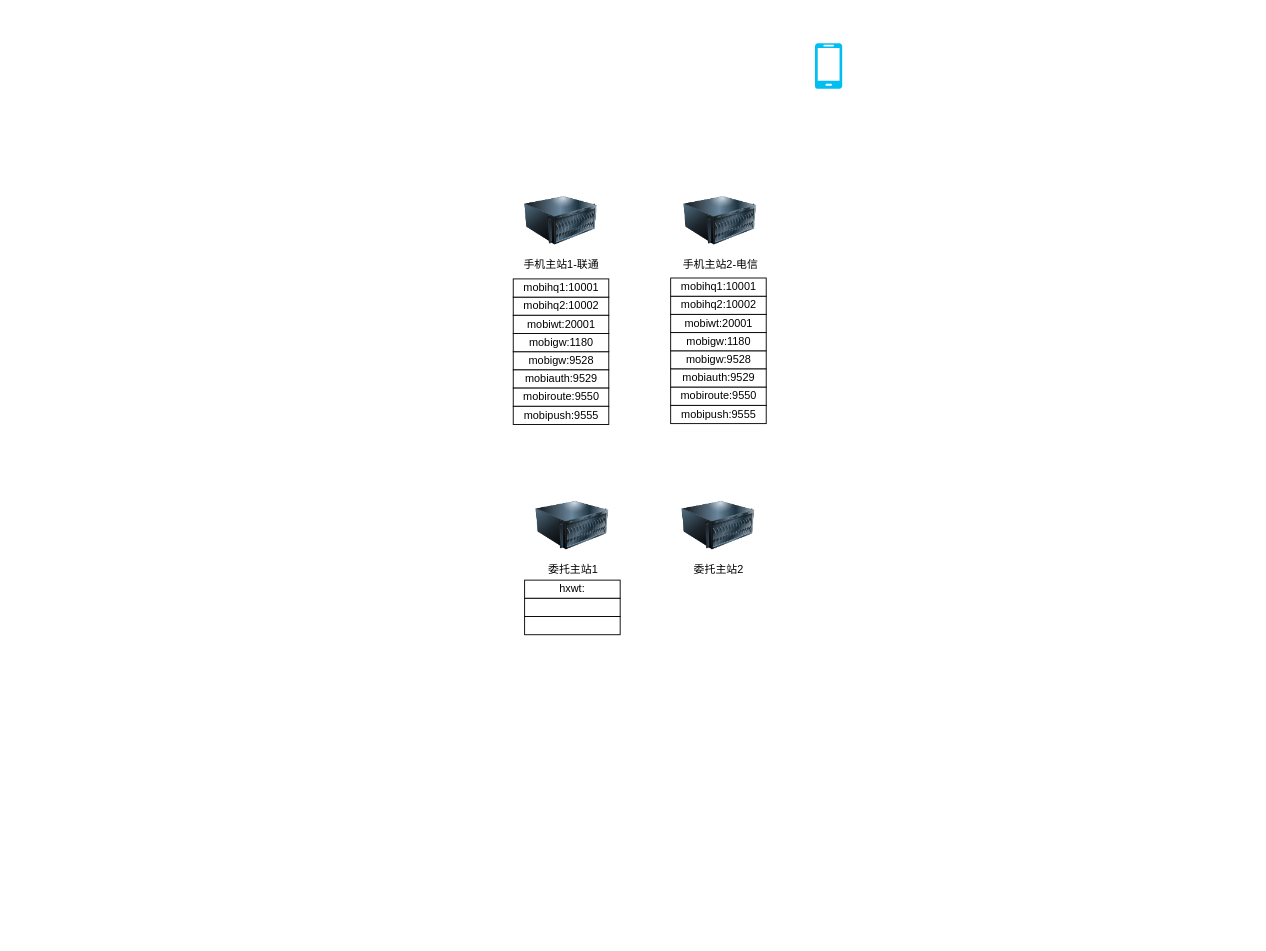
Before: Untitled Diagram.drawio in dawo0310/picture, a draw.io diagram. Source tidied: cells renumbered, new cells numbered last; positions are measured from the earlier drawing's top-left corner, leaving out a move shared by most shapes. Both pictures are drawn from the tidied source at 91%, with x=0, y=0 at pixel (512, 43).
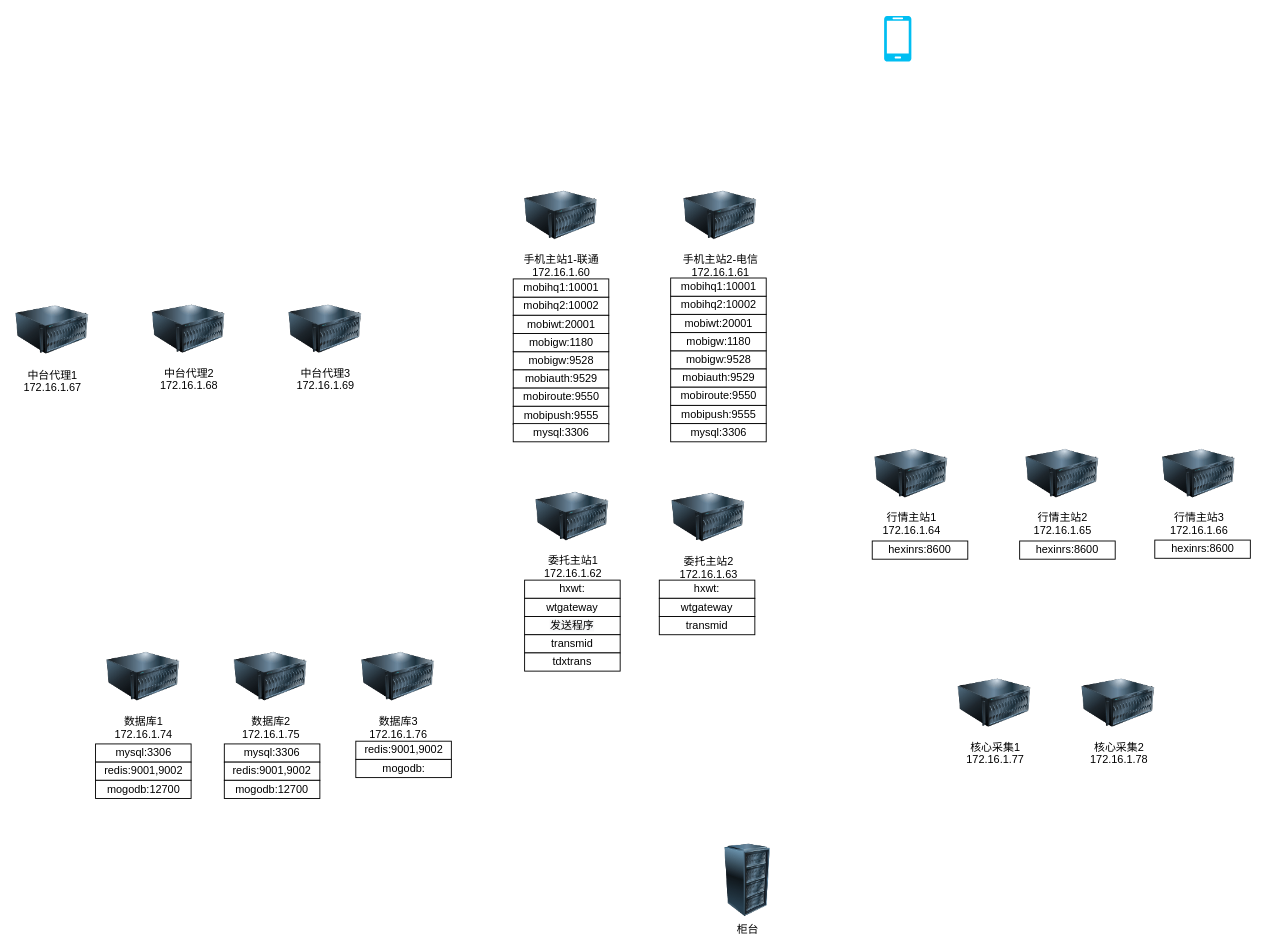
The same diagram, later.

Commit message:
Update 番茄架构图

The edit, as a diff of the source:
```diff
@@
     <mxCell id="2" style="verticalLabelPosition=bottom;html=1;verticalAlign=top;align=center;strokeColor=none;fillColor=#00BEF2;shape=mxgraph.azure.mobile;" parent="1" vertex="1">
-      <mxGeometry x="332" width="30" height="50" as="geometry" />
+      <mxGeometry x="408" y="-30" width="30" height="50" as="geometry" />
     </mxCell>
-    <mxCell id="3" value="手机主站1-联通" style="image;html=1;image=img/lib/clip_art/computers/Server_128x128.png;" parent="1" vertex="1">
-      <mxGeometry x="13" y="160" width="80" height="70" as="geometry" />
+    <mxCell id="3" value="手机主站1-联通&lt;br&gt;172.16.1.60&lt;br&gt;" style="image;html=1;image=img/lib/clip_art/computers/Server_128x128.png;" parent="1" vertex="1">
+      <mxGeometry x="13" y="154" width="80" height="70" as="geometry" />
     </mxCell>
-    <mxCell id="4" value="手机主站2-电信" style="image;html=1;image=img/lib/clip_art/computers/Server_128x128.png;" parent="1" vertex="1">
-      <mxGeometry x="188" y="160" width="80" height="70" as="geometry" />
+    <mxCell id="4" value="手机主站2-电信&lt;br&gt;172.16.1.61&lt;br&gt;" style="image;html=1;image=img/lib/clip_art/computers/Server_128x128.png;" parent="1" vertex="1">
+      <mxGeometry x="188" y="154" width="80" height="70" as="geometry" />
     </mxCell>
@@
-    <mxCell id="21" value="委托主站1" style="image;html=1;image=img/lib/clip_art/computers/Server_128x128.png;" parent="1" vertex="1">
-      <mxGeometry x="25.5" y="495" width="80" height="70" as="geometry" />
+    <mxCell id="21" value="委托主站1&lt;br&gt;172.16.1.62&lt;br&gt;" style="image;html=1;image=img/lib/clip_art/computers/Server_128x128.png;" parent="1" vertex="1">
+      <mxGeometry x="25.5" y="485" width="80" height="70" as="geometry" />
     </mxCell>
-    <mxCell id="22" value="委托主站2" style="image;html=1;image=img/lib/clip_art/computers/Server_128x128.png;" parent="1" vertex="1">
-      <mxGeometry x="186" y="495" width="80" height="70" as="geometry" />
+    <mxCell id="22" value="委托主站2&lt;br&gt;172.16.1.63&lt;br&gt;" style="image;html=1;image=img/lib/clip_art/computers/Server_128x128.png;" parent="1" vertex="1">
+      <mxGeometry x="175" y="486" width="80" height="70" as="geometry" />
     </mxCell>
@@
-    <mxCell id="24" style="rounded=0;whiteSpace=wrap;html=1;" parent="1" vertex="1">
+    <mxCell id="24" value="wtgateway" style="rounded=0;whiteSpace=wrap;html=1;" parent="1" vertex="1">
       <mxGeometry x="13" y="610" width="105" height="20" as="geometry" />
     </mxCell>
-    <mxCell id="25" style="rounded=0;whiteSpace=wrap;html=1;" parent="1" vertex="1">
+    <mxCell id="25" value="&#10;&#10;&lt;span style=&quot;color: rgb(0, 0, 0); font-family: helvetica; font-size: 12px; font-style: normal; font-weight: 400; letter-spacing: normal; text-align: center; text-indent: 0px; text-transform: none; word-spacing: 0px; background-color: rgb(248, 249, 250); display: inline; float: none;&quot;&gt;发送程序&lt;/span&gt;&#10;&#10;" style="rounded=0;whiteSpace=wrap;html=1;" parent="1" vertex="1">
       <mxGeometry x="13" y="630" width="105" height="20" as="geometry" />
     </mxCell>
+    <mxCell id="26" value="transmid" style="rounded=0;whiteSpace=wrap;html=1;" parent="1" vertex="1">
+      <mxGeometry x="13" y="650" width="105" height="20" as="geometry" />
+    </mxCell>
+    <mxCell id="27" value="tdxtrans" style="rounded=0;whiteSpace=wrap;html=1;" parent="1" vertex="1">
+      <mxGeometry x="13" y="670" width="105" height="20" as="geometry" />
+    </mxCell>
+    <mxCell id="28" value="mysql:3306" style="rounded=0;whiteSpace=wrap;html=1;" parent="1" vertex="1">
+      <mxGeometry x="0.5" y="418" width="105" height="20" as="geometry" />
+    </mxCell>
+    <mxCell id="29" value="mysql:3306" style="rounded=0;whiteSpace=wrap;html=1;" parent="1" vertex="1">
+      <mxGeometry x="173.5" y="418" width="105" height="20" as="geometry" />
+    </mxCell>
+    <mxCell id="30" value="hxwt:" style="rounded=0;whiteSpace=wrap;html=1;" parent="1" vertex="1">
+      <mxGeometry x="161" y="590" width="105" height="20" as="geometry" />
+    </mxCell>
+    <mxCell id="31" value="wtgateway" style="rounded=0;whiteSpace=wrap;html=1;" parent="1" vertex="1">
+      <mxGeometry x="161" y="610" width="105" height="20" as="geometry" />
+    </mxCell>
+    <mxCell id="32" value="transmid" style="rounded=0;whiteSpace=wrap;html=1;" parent="1" vertex="1">
+      <mxGeometry x="161" y="630" width="105" height="20" as="geometry" />
+    </mxCell>
+    <mxCell id="33" value="行情主站2&lt;br&gt;172.16.1.65&lt;br&gt;" style="image;html=1;image=img/lib/clip_art/computers/Server_128x128.png;" parent="1" vertex="1">
+      <mxGeometry x="564" y="438" width="80" height="70" as="geometry" />
+    </mxCell>
+    <mxCell id="34" value="行情主站1&lt;br&gt;172.16.1.64&lt;br&gt;" style="image;html=1;image=img/lib/clip_art/computers/Server_128x128.png;" parent="1" vertex="1">
+      <mxGeometry x="398" y="438" width="80" height="70" as="geometry" />
+    </mxCell>
+    <mxCell id="35" value="行情主站3&lt;br&gt;172.16.1.66&lt;br&gt;" style="image;html=1;image=img/lib/clip_art/computers/Server_128x128.png;" parent="1" vertex="1">
+      <mxGeometry x="714" y="438" width="80" height="70" as="geometry" />
+    </mxCell>
+    <mxCell id="36" value="中台代理1&lt;br&gt;172.16.1.67&lt;br&gt;" style="image;html=1;image=img/lib/clip_art/computers/Server_128x128.png;" parent="1" vertex="1">
+      <mxGeometry x="-546" y="279" width="80" height="72" as="geometry" />
+    </mxCell>
+    <mxCell id="37" value="中台代理2&lt;br&gt;172.16.1.68&lt;br&gt;" style="image;html=1;image=img/lib/clip_art/computers/Server_128x128.png;" parent="1" vertex="1">
+      <mxGeometry x="-396" y="279" width="80" height="70" as="geometry" />
+    </mxCell>
+    <mxCell id="38" value="中台代理3&lt;br&gt;172.16.1.69&lt;br&gt;" style="image;html=1;image=img/lib/clip_art/computers/Server_128x128.png;" parent="1" vertex="1">
+      <mxGeometry x="-246" y="279" width="80" height="70" as="geometry" />
+    </mxCell>
+    <mxCell id="39" value="数据库1&lt;br&gt;172.16.1.74&lt;br&gt;" style="image;html=1;image=img/lib/clip_art/computers/Server_128x128.png;" parent="1" vertex="1">
+      <mxGeometry x="-446" y="660" width="80" height="72" as="geometry" />
+    </mxCell>
+    <mxCell id="40" value="数据库2&lt;br&gt;172.16.1.75&lt;br&gt;" style="image;html=1;image=img/lib/clip_art/computers/Server_128x128.png;" parent="1" vertex="1">
+      <mxGeometry x="-306" y="660" width="80" height="72" as="geometry" />
+    </mxCell>
+    <mxCell id="41" value="数据库3&lt;br&gt;172.16.1.76&lt;br&gt;" style="image;html=1;image=img/lib/clip_art/computers/Server_128x128.png;" parent="1" vertex="1">
+      <mxGeometry x="-166" y="660" width="80" height="72" as="geometry" />
+    </mxCell>
+    <mxCell id="42" value="核心采集1&lt;br&gt;172.16.1.77&lt;br&gt;" style="image;html=1;image=img/lib/clip_art/computers/Server_128x128.png;" parent="1" vertex="1">
+      <mxGeometry x="489.5" y="690" width="80" height="70" as="geometry" />
+    </mxCell>
+    <mxCell id="43" value="核心采集2&lt;br&gt;172.16.1.78&lt;br&gt;" style="image;html=1;image=img/lib/clip_art/computers/Server_128x128.png;" parent="1" vertex="1">
+      <mxGeometry x="625.5" y="690" width="80" height="70" as="geometry" />
+    </mxCell>
+    <mxCell id="44" value="柜台" style="image;html=1;image=img/lib/clip_art/computers/Server_Rack_128x128.png;" parent="1" vertex="1">
+      <mxGeometry x="218" y="880" width="80" height="80" as="geometry" />
+    </mxCell>
+    <mxCell id="45" value="hexinrs:8600" style="rounded=0;whiteSpace=wrap;html=1;" parent="1" vertex="1">
+      <mxGeometry x="395" y="547" width="105" height="20" as="geometry" />
+    </mxCell>
+    <mxCell id="46" value="hexinrs:8600" style="rounded=0;whiteSpace=wrap;html=1;" parent="1" vertex="1">
+      <mxGeometry x="557" y="547" width="105" height="20" as="geometry" />
+    </mxCell>
+    <mxCell id="47" value="hexinrs:8600" style="rounded=0;whiteSpace=wrap;html=1;" parent="1" vertex="1">
+      <mxGeometry x="705.5" y="546" width="105" height="20" as="geometry" />
+    </mxCell>
+    <mxCell id="48" value="mysql:3306" style="rounded=0;whiteSpace=wrap;html=1;" parent="1" vertex="1">
+      <mxGeometry x="-458.5" y="770" width="105" height="20" as="geometry" />
+    </mxCell>
+    <mxCell id="49" value="redis:9001,9002" style="rounded=0;whiteSpace=wrap;html=1;" parent="1" vertex="1">
+      <mxGeometry x="-458.5" y="790" width="105" height="20" as="geometry" />
+    </mxCell>
+    <mxCell id="50" value="mogodb:12700" style="rounded=0;whiteSpace=wrap;html=1;" parent="1" vertex="1">
+      <mxGeometry x="-458.5" y="810" width="105" height="20" as="geometry" />
+    </mxCell>
+    <mxCell id="51" value="mysql:3306" style="rounded=0;whiteSpace=wrap;html=1;" parent="1" vertex="1">
+      <mxGeometry x="-317" y="770" width="105" height="20" as="geometry" />
+    </mxCell>
+    <mxCell id="52" value="redis:9001,9002" style="rounded=0;whiteSpace=wrap;html=1;" parent="1" vertex="1">
+      <mxGeometry x="-317" y="790" width="105" height="20" as="geometry" />
+    </mxCell>
+    <mxCell id="53" value="mogodb:12700" style="rounded=0;whiteSpace=wrap;html=1;" parent="1" vertex="1">
+      <mxGeometry x="-317" y="810" width="105" height="20" as="geometry" />
+    </mxCell>
+    <mxCell id="54" value="redis:9001,9002" style="rounded=0;whiteSpace=wrap;html=1;" parent="1" vertex="1">
+      <mxGeometry x="-172.5" y="767" width="105" height="20" as="geometry" />
+    </mxCell>
+    <mxCell id="55" value="mogodb:" style="rounded=0;whiteSpace=wrap;html=1;" parent="1" vertex="1">
+      <mxGeometry x="-172.5" y="787" width="105" height="20" as="geometry" />
+    </mxCell>
```
